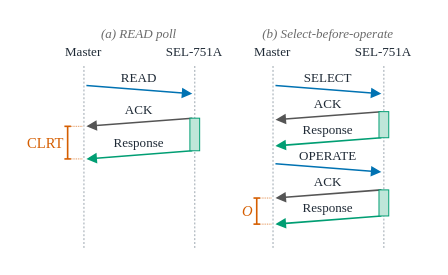
This is paper/rewrite/figures/fig_ladder.drawio from akekulip/DNP3_obf, a draw.io file, before an edit. Source tidied: cells renumbered, new cells numbered last; positions are measured from the earlier drawing's top-left corner, leaving out a move shared by most shapes. Both pictures are drawn from the tidied source at 163%, with x=0, y=0 at pixel (28, 26).
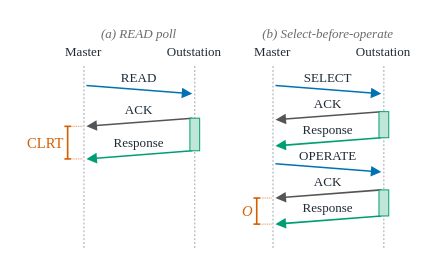
The same page after the edit.

What changed in the source:
```diff
@@
-    <mxCell id="4" value="SEL-751A" style="text;html=0;strokeColor=none;fillColor=none;align=center;verticalAlign=middle;fontFamily=Times New Roman;fontSize=8;fontColor=#1F2A36;spacing=0;" parent="1" vertex="1">
+    <mxCell id="4" value="Outstation" style="text;html=0;strokeColor=none;fillColor=none;align=center;verticalAlign=middle;fontFamily=Times New Roman;fontSize=8;fontColor=#1F2A36;spacing=0;" parent="1" vertex="1">
       <mxGeometry x="79" y="11" width="46" height="9" as="geometry" />
     </mxCell>
@@
-    <mxCell id="9" value="SEL-751A" style="text;html=0;strokeColor=none;fillColor=none;align=center;verticalAlign=middle;fontFamily=Times New Roman;fontSize=8;fontColor=#1F2A36;spacing=0;" parent="1" vertex="1">
+    <mxCell id="9" value="Outstation" style="text;html=0;strokeColor=none;fillColor=none;align=center;verticalAlign=middle;fontFamily=Times New Roman;fontSize=8;fontColor=#1F2A36;spacing=0;" parent="1" vertex="1">
       <mxGeometry x="195" y="11" width="46" height="9" as="geometry" />
     </mxCell>
```
